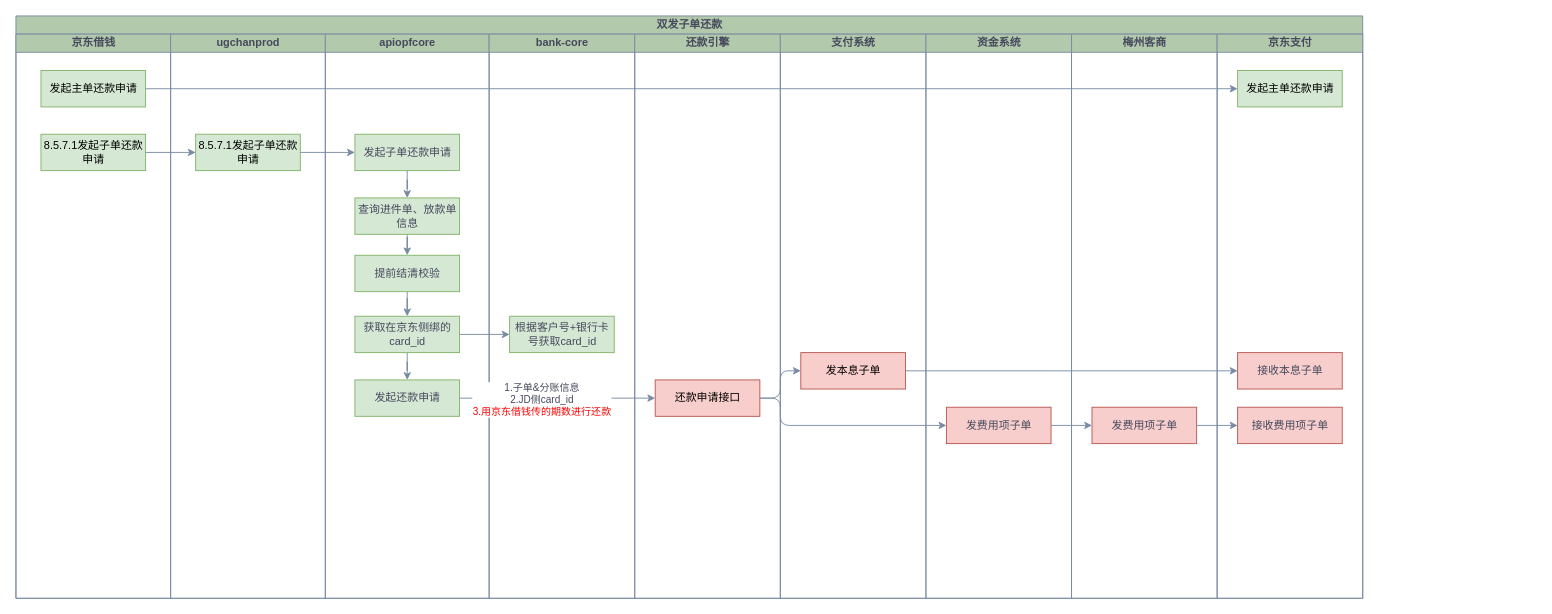
The draw.io diagram 京东api-双发子单还款.drawio in yuanlj-tea/picgo, before the edit. Source tidied: cells renumbered, new cells numbered last; positions are measured from the earlier drawing's top-left corner, leaving out a move shared by most shapes. Both pictures are drawn from the tidied source at 91%, with x=0, y=0 at pixel (15, 15).
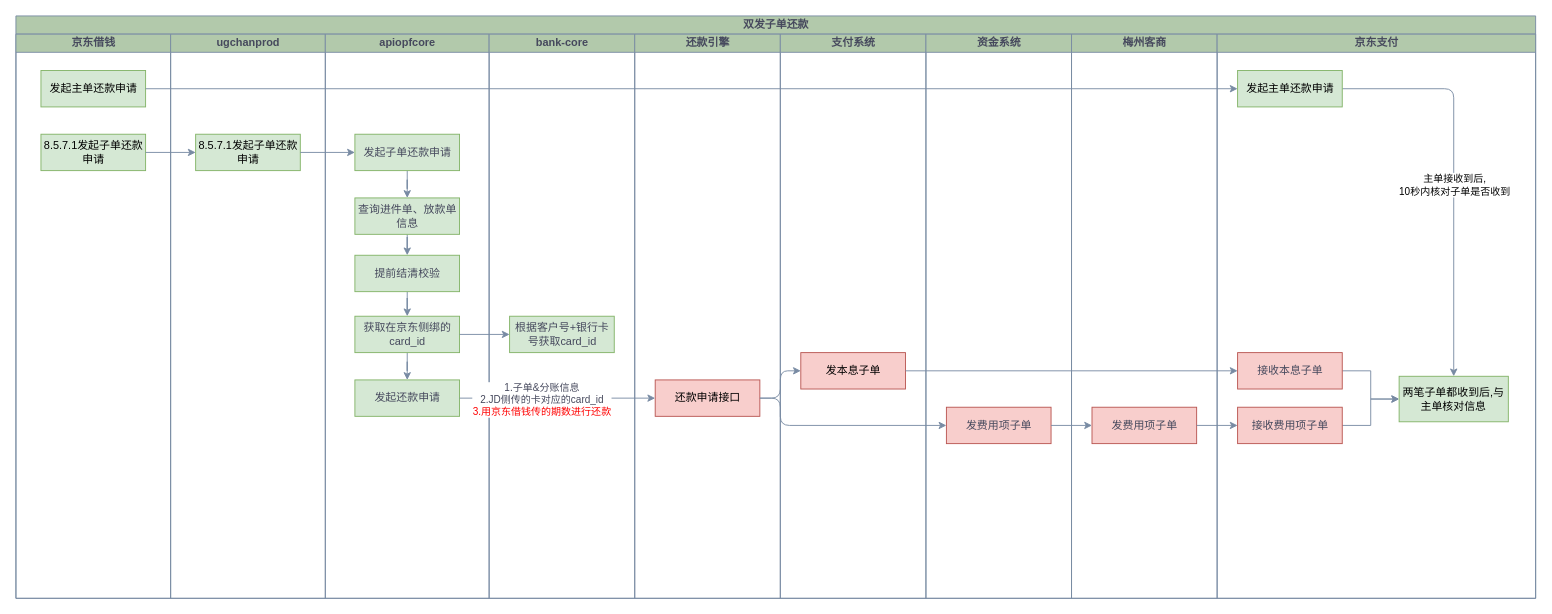
The same diagram, later.

Commit message (it also covers changes not shown here):
更新京东api-双发子单还款.drawio

Unchanged cells that the change refers to:
```xml
<mxCell id="29" value="发起主单还款申请" style="rounded=0;whiteSpace=wrap;html=1;fillColor=#d5e8d4;strokeColor=#82b366;" parent="28" vertex="1">
  <mxGeometry x="22.5" y="40" width="115" height="40" as="geometry" />
</mxCell>
<mxCell id="30" value="接收本息子单" style="rounded=0;whiteSpace=wrap;html=1;fillColor=#f8cecc;strokeColor=#b85450;fontColor=#46495D;" parent="28" vertex="1">
  <mxGeometry x="22.5" y="350" width="115" height="40" as="geometry" />
</mxCell>
<mxCell id="31" value="接收费用项子单" style="rounded=0;whiteSpace=wrap;html=1;fillColor=#f8cecc;strokeColor=#b85450;fontColor=#46495D;" parent="28" vertex="1">
  <mxGeometry x="22.5" y="410" width="115" height="40" as="geometry" />
</mxCell>
<mxCell id="36" style="edgeStyle=orthogonalEdgeStyle;rounded=0;jettySize=auto;html=1;strokeColor=#788AA3;fontColor=#46495D;fillColor=#B2C9AB;" parent="2" edge="1" source="17" target="21">
  <mxGeometry relative="1" as="geometry" />
</mxCell>
```

Change to the diagram source:
```diff
@@
     <mxCell id="2" value="双发子单还款" style="swimlane;startSize=20;html=1;labelBackgroundColor=none;fillColor=#B2C9AB;strokeColor=#788AA3;fontColor=#46495D;" parent="1" vertex="1">
-      <mxGeometry width="1480" height="640" as="geometry" />
+      <mxGeometry width="1670" height="640" as="geometry" />
     </mxCell>
@@
     <mxCell id="28" value="京东支付" style="swimlane;startSize=20;html=1;labelBackgroundColor=none;fillColor=#B2C9AB;strokeColor=#788AA3;fontColor=#46495D;" parent="2" vertex="1">
-      <mxGeometry x="1320" y="20" width="160" height="620" as="geometry" />
+      <mxGeometry x="1320" y="20" width="350" height="620" as="geometry" />
     </mxCell>
+    <mxCell id="43" style="edgeStyle=orthogonalEdgeStyle;rounded=1;jettySize=auto;html=1;entryX=0.5;entryY=0;entryDx=0;entryDy=0;strokeColor=#788AA3;fontColor=#46495D;fillColor=#B2C9AB;curved=0;" parent="28" edge="1" source="29" target="47">
+      <mxGeometry relative="1" as="geometry" />
+    </mxCell>
+    <mxCell id="44" value="&lt;span style=&quot;color: rgb(0, 0, 0);&quot;&gt;主单接收到后,&lt;/span&gt;&lt;div style=&quot;color: rgb(0, 0, 0);&quot;&gt;10秒内核对子单是否收到&lt;/div&gt;" style="edgeLabel;html=1;align=center;verticalAlign=middle;strokeColor=#788AA3;fontColor=#46495D;fillColor=#B2C9AB;" parent="43" vertex="1">
+      <mxGeometry x="0.04" relative="1" as="geometry" />
+    </mxCell>
@@
+    <mxCell id="45" style="edgeStyle=orthogonalEdgeStyle;rounded=0;jettySize=auto;html=1;entryX=0;entryY=0.5;entryDx=0;entryDy=0;strokeColor=#788AA3;fontColor=#46495D;fillColor=#B2C9AB;" parent="28" edge="1" source="30" target="47">
+      <mxGeometry relative="1" as="geometry" />
+    </mxCell>
@@
+    <mxCell id="46" style="edgeStyle=orthogonalEdgeStyle;rounded=0;jettySize=auto;html=1;entryX=0;entryY=0.5;entryDx=0;entryDy=0;strokeColor=#788AA3;fontColor=#46495D;fillColor=#B2C9AB;" parent="28" edge="1" source="31" target="47">
+      <mxGeometry relative="1" as="geometry" />
+    </mxCell>
@@
+    <mxCell id="47" value="两笔子单都收到后,与主单核对信息" style="rounded=0;whiteSpace=wrap;html=1;fillColor=#d5e8d4;strokeColor=#82b366;" parent="28" vertex="1">
+      <mxGeometry x="200" y="376" width="120" height="50" as="geometry" />
+    </mxCell>
@@
-    <mxCell id="37" value="1.子单&amp;amp;分账信息&lt;div&gt;2.JD侧card_id&lt;/div&gt;&lt;div&gt;&lt;font color=&quot;#ff0000&quot;&gt;3.用京东借钱传的期数进行还款&lt;/font&gt;&lt;/div&gt;" style="edgeLabel;html=1;align=center;verticalAlign=middle;strokeColor=#788AA3;fontColor=#46495D;fillColor=#B2C9AB;" parent="36" vertex="1">
+    <mxCell id="37" value="1.子单&amp;amp;分账信息&lt;div&gt;2.JD侧传的卡对应的card_id&lt;/div&gt;&lt;div&gt;&lt;font color=&quot;#ff0000&quot;&gt;3.用京东借钱传的期数进行还款&lt;/font&gt;&lt;/div&gt;" style="edgeLabel;html=1;align=center;verticalAlign=middle;strokeColor=#788AA3;fontColor=#46495D;fillColor=#B2C9AB;" parent="36" vertex="1">
       <mxGeometry x="-0.16" y="-1" relative="1" as="geometry" />
     </mxCell>
```
